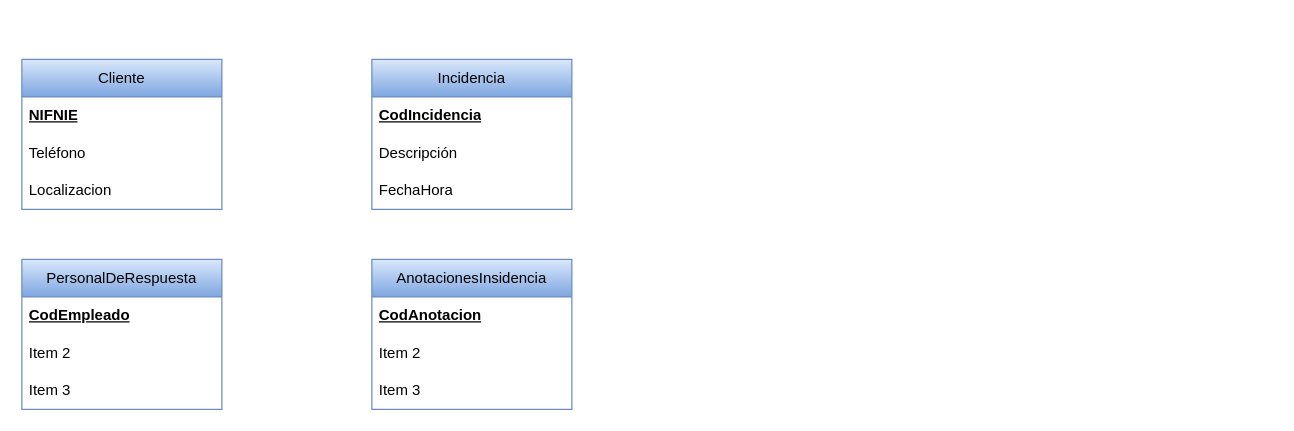
This is BAE/tarea2.drawio from toninavhd/1-DAW_pt2, a draw.io file, before an edit. Source tidied: cells renumbered, new cells numbered last; positions are measured from the earlier drawing's top-left corner, leaving out a move shared by most shapes. Both pictures are drawn from the tidied source at 125%, with x=0, y=0 at pixel (21, 59).
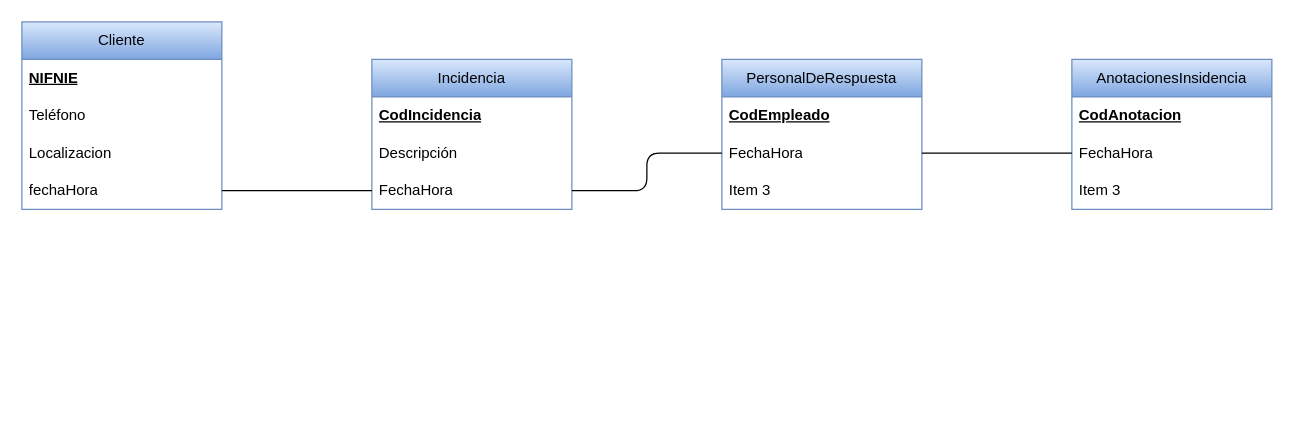
The same page after the edit.

The change refers to these unchanged cells:
```xml
<mxCell id="9" value="FechaHora" style="text;strokeColor=none;fillColor=none;align=left;verticalAlign=middle;spacingLeft=4;spacingRight=4;overflow=hidden;points=[[0,0.5],[1,0.5]];portConstraint=eastwest;whiteSpace=wrap;html=1;" parent="6" vertex="1">
  <mxGeometry y="90" width="160" height="30" as="geometry" />
</mxCell>
```

Diff of the diagram source:
```diff
@@
     <mxCell id="2" value="&lt;div&gt;Cliente&lt;/div&gt;" style="swimlane;fontStyle=0;horizontal=1;startSize=30;whiteSpace=wrap;html=1;fillColor=#dae8fc;gradientColor=#7ea6e0;strokeColor=#6c8ebf;" parent="1" vertex="1">
-      <mxGeometry width="160" height="120" as="geometry" />
+      <mxGeometry y="-30" width="160" height="150" as="geometry" />
     </mxCell>
@@
+    <mxCell id="18" value="fechaHora" style="text;strokeColor=none;fillColor=none;align=left;verticalAlign=middle;spacingLeft=4;spacingRight=4;overflow=hidden;points=[[0,0.5],[1,0.5]];portConstraint=eastwest;whiteSpace=wrap;html=1;" parent="2" vertex="1">
+      <mxGeometry y="120" width="160" height="30" as="geometry" />
+    </mxCell>
@@
     <mxCell id="10" value="PersonalDeRespuesta" style="swimlane;fontStyle=0;horizontal=1;startSize=30;whiteSpace=wrap;html=1;fillColor=#dae8fc;gradientColor=#7ea6e0;strokeColor=#6c8ebf;" parent="1" vertex="1">
-      <mxGeometry y="160" width="160" height="120" as="geometry" />
+      <mxGeometry x="560" width="160" height="120" as="geometry" />
     </mxCell>
@@
-    <mxCell id="12" value="Item 2" style="text;strokeColor=none;fillColor=none;align=left;verticalAlign=middle;spacingLeft=4;spacingRight=4;overflow=hidden;points=[[0,0.5],[1,0.5]];portConstraint=eastwest;whiteSpace=wrap;html=1;" parent="10" vertex="1">
+    <mxCell id="12" value="FechaHora" style="text;strokeColor=none;fillColor=none;align=left;verticalAlign=middle;spacingLeft=4;spacingRight=4;overflow=hidden;points=[[0,0.5],[1,0.5]];portConstraint=eastwest;whiteSpace=wrap;html=1;" parent="10" vertex="1">
       <mxGeometry y="60" width="160" height="30" as="geometry" />
     </mxCell>
@@
     <mxCell id="14" value="&lt;div&gt;AnotacionesInsidencia&lt;/div&gt;" style="swimlane;fontStyle=0;horizontal=1;startSize=30;whiteSpace=wrap;html=1;fillColor=#dae8fc;gradientColor=#7ea6e0;strokeColor=#6c8ebf;" parent="1" vertex="1">
-      <mxGeometry x="280" y="160" width="160" height="120" as="geometry" />
+      <mxGeometry x="840" width="160" height="120" as="geometry" />
     </mxCell>
@@
-    <mxCell id="16" value="Item 2" style="text;strokeColor=none;fillColor=none;align=left;verticalAlign=middle;spacingLeft=4;spacingRight=4;overflow=hidden;points=[[0,0.5],[1,0.5]];portConstraint=eastwest;whiteSpace=wrap;html=1;" parent="14" vertex="1">
+    <mxCell id="16" value="FechaHora" style="text;strokeColor=none;fillColor=none;align=left;verticalAlign=middle;spacingLeft=4;spacingRight=4;overflow=hidden;points=[[0,0.5],[1,0.5]];portConstraint=eastwest;whiteSpace=wrap;html=1;" parent="14" vertex="1">
       <mxGeometry y="60" width="160" height="30" as="geometry" />
     </mxCell>
@@
+    <mxCell id="19" style="edgeStyle=orthogonalEdgeStyle;rounded=1;jettySize=auto;html=1;exitX=0;exitY=0.5;exitDx=0;exitDy=0;entryX=1;entryY=0.5;entryDx=0;entryDy=0;curved=0;endArrow=none;endFill=0;" parent="1" edge="1" source="9" target="18">
+      <mxGeometry relative="1" as="geometry" />
+    </mxCell>
+    <mxCell id="20" style="edgeStyle=orthogonalEdgeStyle;rounded=1;jettySize=auto;html=1;exitX=1;exitY=0.5;exitDx=0;exitDy=0;entryX=0;entryY=0.5;entryDx=0;entryDy=0;endArrow=none;endFill=0;curved=0;" parent="1" edge="1" source="9" target="12">
+      <mxGeometry relative="1" as="geometry" />
+    </mxCell>
+    <mxCell id="21" style="edgeStyle=orthogonalEdgeStyle;rounded=0;jettySize=auto;html=1;exitX=1;exitY=0.5;exitDx=0;exitDy=0;entryX=0;entryY=0.5;entryDx=0;entryDy=0;endArrow=none;endFill=0;" parent="1" edge="1" source="12" target="16">
+      <mxGeometry relative="1" as="geometry" />
+    </mxCell>
```
